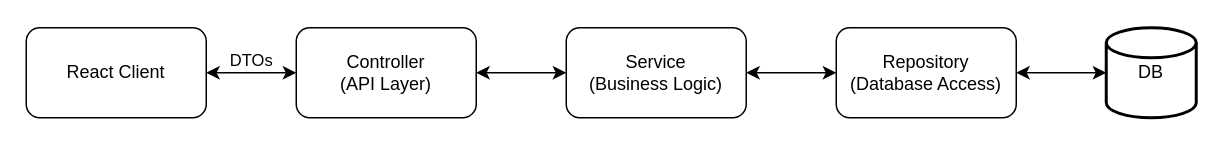
Earlier version of the draw.io diagram csr-pattern.drawio (fabian-emilius/bachelor-thesis-charts). Source tidied: cells renumbered, new cells numbered last; positions are measured from the earlier drawing's top-left corner, leaving out a move shared by most shapes. Both pictures are drawn from the tidied source at 150%, with x=0, y=0 at pixel (26, 27).
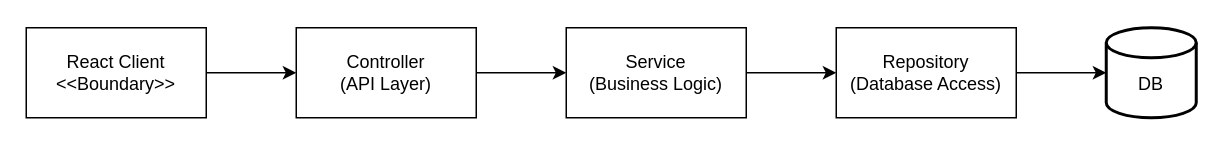
The same page after the edit.

Change to the diagram source:
```diff
@@
 <mxGraphModel>
   <root>
     <mxCell id="0" />
     <mxCell id="1" parent="0" />
-    <mxCell id="2" style="edgeStyle=orthogonalEdgeStyle;rounded=0;jettySize=auto;html=1;exitX=1;exitY=0.5;exitDx=0;exitDy=0;entryX=0;entryY=0.5;entryDx=0;entryDy=0;startArrow=classic;startFill=1;" parent="1" edge="1" source="4" target="6">
+    <mxCell id="2" style="edgeStyle=orthogonalEdgeStyle;rounded=0;jettySize=auto;html=1;exitX=1;exitY=0.5;exitDx=0;exitDy=0;entryX=0;entryY=0.5;entryDx=0;entryDy=0;startArrow=none;startFill=0;" parent="1" edge="1" source="4" target="6">
       <mxGeometry relative="1" as="geometry" />
     </mxCell>
-    <mxCell id="3" value="DTOs" style="edgeLabel;html=1;align=center;verticalAlign=middle;" parent="2" vertex="1">
-      <mxGeometry x="-0.07" y="2" relative="1" as="geometry">
-        <mxPoint x="1" y="-7" as="offset" />
-      </mxGeometry>
-    </mxCell>
-    <mxCell id="4" value="React Client" style="rounded=1;whiteSpace=wrap;html=1;" parent="1" vertex="1">
+    <mxCell id="4" value="React Client&lt;div&gt;&amp;lt;&amp;lt;Boundary&amp;gt;&amp;gt;&lt;/div&gt;" style="rounded=0;whiteSpace=wrap;html=1;" parent="1" vertex="1">
       <mxGeometry width="120" height="60" as="geometry" />
     </mxCell>
-    <mxCell id="5" style="edgeStyle=orthogonalEdgeStyle;rounded=0;jettySize=auto;html=1;exitX=1;exitY=0.5;exitDx=0;exitDy=0;entryX=0;entryY=0.5;entryDx=0;entryDy=0;startArrow=classic;startFill=1;" parent="1" edge="1" source="6" target="8">
+    <mxCell id="5" style="edgeStyle=orthogonalEdgeStyle;rounded=0;jettySize=auto;html=1;exitX=1;exitY=0.5;exitDx=0;exitDy=0;entryX=0;entryY=0.5;entryDx=0;entryDy=0;startArrow=none;startFill=0;" parent="1" edge="1" source="6" target="8">
       <mxGeometry relative="1" as="geometry" />
     </mxCell>
-    <mxCell id="6" value="Controller&lt;br&gt;(API Layer)" style="rounded=1;whiteSpace=wrap;html=1;" parent="1" vertex="1">
+    <mxCell id="6" value="Controller&lt;br&gt;(API Layer)" style="rounded=0;whiteSpace=wrap;html=1;" parent="1" vertex="1">
       <mxGeometry x="180" width="120" height="60" as="geometry" />
     </mxCell>
-    <mxCell id="7" style="edgeStyle=orthogonalEdgeStyle;rounded=0;jettySize=auto;html=1;exitX=1;exitY=0.5;exitDx=0;exitDy=0;entryX=0;entryY=0.5;entryDx=0;entryDy=0;startArrow=classic;startFill=1;" parent="1" edge="1" source="8" target="9">
+    <mxCell id="7" style="edgeStyle=orthogonalEdgeStyle;rounded=0;jettySize=auto;html=1;exitX=1;exitY=0.5;exitDx=0;exitDy=0;entryX=0;entryY=0.5;entryDx=0;entryDy=0;startArrow=none;startFill=0;" parent="1" edge="1" source="8" target="9">
       <mxGeometry relative="1" as="geometry" />
     </mxCell>
-    <mxCell id="8" value="Service&lt;br&gt;(Business Logic)" style="rounded=1;whiteSpace=wrap;html=1;" parent="1" vertex="1">
+    <mxCell id="8" value="Service&lt;br&gt;(Business Logic)" style="rounded=0;whiteSpace=wrap;html=1;" parent="1" vertex="1">
       <mxGeometry x="360" width="120" height="60" as="geometry" />
     </mxCell>
-    <mxCell id="9" value="Repository&lt;br&gt;(Database Access)" style="rounded=1;whiteSpace=wrap;html=1;" parent="1" vertex="1">
+    <mxCell id="9" value="Repository&lt;br&gt;(Database Access)" style="rounded=0;whiteSpace=wrap;html=1;" parent="1" vertex="1">
       <mxGeometry x="540" width="120" height="60" as="geometry" />
     </mxCell>
-    <mxCell id="10" value="DB" style="strokeWidth=2;html=1;shape=mxgraph.flowchart.database;whiteSpace=wrap;" parent="1" vertex="1">
+    <mxCell id="10" value="&lt;div&gt;&lt;br&gt;&lt;/div&gt;DB" style="strokeWidth=2;html=1;shape=mxgraph.flowchart.database;whiteSpace=wrap;" parent="1" vertex="1">
       <mxGeometry x="720" width="60" height="60" as="geometry" />
     </mxCell>
-    <mxCell id="11" style="edgeStyle=orthogonalEdgeStyle;rounded=0;jettySize=auto;html=1;exitX=1;exitY=0.5;exitDx=0;exitDy=0;entryX=0;entryY=0.5;entryDx=0;entryDy=0;entryPerimeter=0;startArrow=classic;startFill=1;" parent="1" edge="1" source="9" target="10">
+    <mxCell id="11" style="edgeStyle=orthogonalEdgeStyle;rounded=0;jettySize=auto;html=1;exitX=1;exitY=0.5;exitDx=0;exitDy=0;entryX=0;entryY=0.5;entryDx=0;entryDy=0;entryPerimeter=0;startArrow=none;startFill=0;" parent="1" edge="1" source="9" target="10">
       <mxGeometry relative="1" as="geometry" />
     </mxCell>
   </root>
 </mxGraphModel>
```
